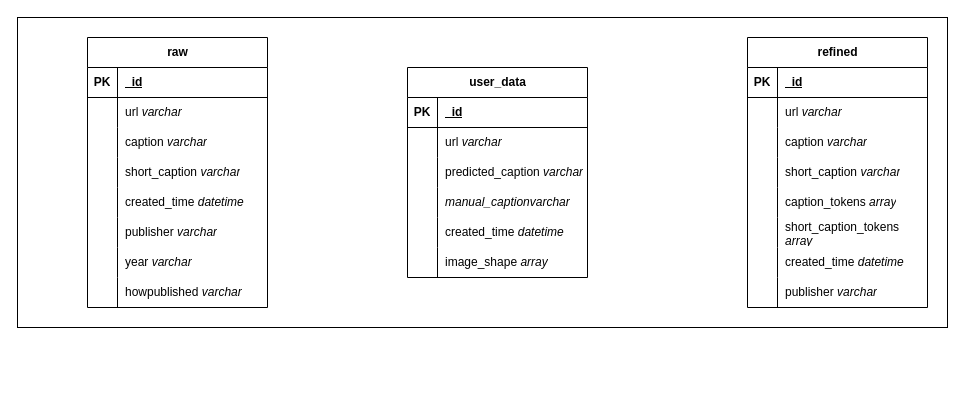
Above: page "ERD" (4 of 5) of diagram/architectures.drawio in Narius2030/Lakehouse-Solution-IMCP (draw.io), before the change. Source tidied: cells renumbered, new cells numbered last; positions are measured from the earlier drawing's top-left corner, leaving out a move shared by most shapes. Both pictures are drawn from the tidied source at 100%, with x=0, y=0 at pixel (17, 17).
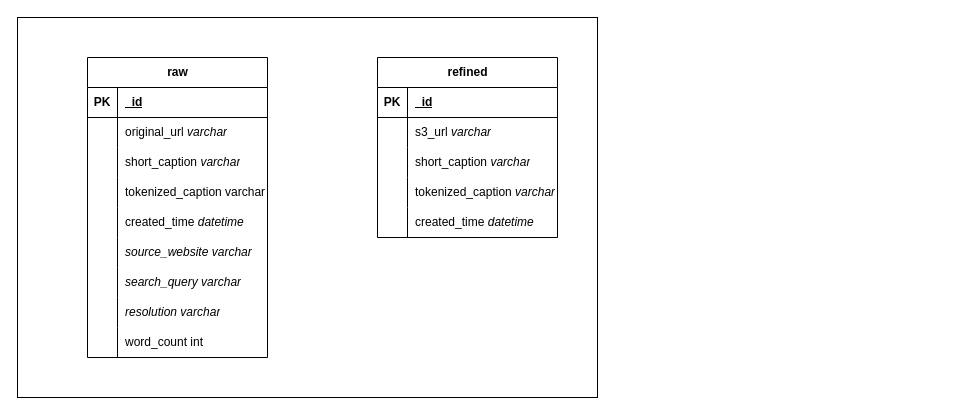
Above is the later version.

The change refers to these unchanged cells:
```xml
<mxCell id="7" style="shape=tableRow;horizontal=0;startSize=0;swimlaneHead=0;swimlaneBody=0;fillColor=none;top=0;left=0;right=0;bottom=0;" parent="3" vertex="1">
  <mxGeometry y="60" width="180" height="30" as="geometry" />
</mxCell>
<mxCell id="10" style="shape=tableRow;horizontal=0;startSize=0;swimlaneHead=0;swimlaneBody=0;fillColor=none;top=0;left=0;right=0;bottom=0;" parent="3" vertex="1">
  <mxGeometry y="90" width="180" height="30" as="geometry" />
</mxCell>
<mxCell id="13" style="shape=tableRow;horizontal=0;startSize=0;swimlaneHead=0;swimlaneBody=0;fillColor=none;top=0;left=0;right=0;bottom=0;" parent="3" vertex="1">
  <mxGeometry y="120" width="180" height="30" as="geometry" />
</mxCell>
<mxCell id="19" style="shape=tableRow;horizontal=0;startSize=0;swimlaneHead=0;swimlaneBody=0;fillColor=none;top=0;left=0;right=0;bottom=0;" parent="3" vertex="1">
  <mxGeometry y="180" width="180" height="30" as="geometry" />
</mxCell>
<mxCell id="22" style="shape=tableRow;horizontal=0;startSize=0;swimlaneHead=0;swimlaneBody=0;fillColor=none;top=0;left=0;right=0;bottom=0;" parent="3" vertex="1">
  <mxGeometry y="210" width="180" height="30" as="geometry" />
</mxCell>
<mxCell id="25" style="shape=tableRow;horizontal=0;startSize=0;swimlaneHead=0;swimlaneBody=0;fillColor=none;top=0;left=0;right=0;bottom=0;" parent="3" vertex="1">
  <mxGeometry y="240" width="180" height="30" as="geometry" />
</mxCell>
<mxCell id="32" style="shape=tableRow;horizontal=0;startSize=0;swimlaneHead=0;swimlaneBody=0;fillColor=none;top=0;left=0;right=0;bottom=0;" parent="28" vertex="1">
  <mxGeometry y="60" width="180" height="30" as="geometry" />
</mxCell>
<mxCell id="35" style="shape=tableRow;horizontal=0;startSize=0;swimlaneHead=0;swimlaneBody=0;fillColor=none;top=0;left=0;right=0;bottom=0;" parent="28" vertex="1">
  <mxGeometry y="90" width="180" height="30" as="geometry" />
</mxCell>
<mxCell id="38" style="shape=tableRow;horizontal=0;startSize=0;swimlaneHead=0;swimlaneBody=0;fillColor=none;top=0;left=0;right=0;bottom=0;" parent="28" vertex="1">
  <mxGeometry y="120" width="180" height="30" as="geometry" />
</mxCell>
```

What changed in the source:
```diff
@@
     <mxCell id="2" style="rounded=0;whiteSpace=wrap;html=1;" parent="1" vertex="1">
-      <mxGeometry width="930" height="310" as="geometry" />
+      <mxGeometry width="580" height="380" as="geometry" />
     </mxCell>
     <mxCell id="3" value="raw" style="shape=table;startSize=30;childLayout=tableLayout;rowLines=0;fontStyle=1;align=center;html=1;" parent="1" vertex="1">
-      <mxGeometry x="70" y="20" width="180" height="270" as="geometry" />
+      <mxGeometry x="70" y="40" width="180" height="300" as="geometry" />
     </mxCell>
@@
-    <mxCell id="9" value="url &lt;i&gt;varchar&lt;/i&gt;" style="shape=partialRectangle;fillColor=none;top=0;left=0;bottom=0;right=0;align=left;spacingLeft=6;overflow=hidden;whiteSpace=wrap;html=1;" parent="7" vertex="1">
+    <mxCell id="9" value="original_url &lt;i&gt;varchar&lt;/i&gt;" style="shape=partialRectangle;fillColor=none;top=0;left=0;bottom=0;right=0;align=left;spacingLeft=6;overflow=hidden;whiteSpace=wrap;html=1;" parent="7" vertex="1">
       <mxGeometry x="30" width="150" height="30" as="geometry" />
     </mxCell>
@@
-    <mxCell id="12" value="caption &lt;i&gt;varchar&lt;/i&gt;" style="shape=partialRectangle;fillColor=none;top=0;left=0;bottom=0;right=0;align=left;spacingLeft=6;overflow=hidden;whiteSpace=wrap;html=1;" parent="10" vertex="1">
+    <mxCell id="12" value="short_caption &lt;i&gt;varchar&lt;/i&gt;" style="shape=partialRectangle;fillColor=none;top=0;left=0;bottom=0;right=0;align=left;spacingLeft=6;overflow=hidden;whiteSpace=wrap;html=1;" parent="10" vertex="1">
       <mxGeometry x="30" width="150" height="30" as="geometry" />
     </mxCell>
@@
-    <mxCell id="15" value="short_caption &lt;i&gt;varchar&lt;/i&gt;" style="shape=partialRectangle;fillColor=none;top=0;left=0;bottom=0;right=0;align=left;spacingLeft=6;overflow=hidden;whiteSpace=wrap;html=1;" parent="13" vertex="1">
+    <mxCell id="15" value="tokenized_caption varchar" style="shape=partialRectangle;fillColor=none;top=0;left=0;bottom=0;right=0;align=left;spacingLeft=6;overflow=hidden;whiteSpace=wrap;html=1;" parent="13" vertex="1">
       <mxGeometry x="30" width="150" height="30" as="geometry" />
     </mxCell>
@@
-    <mxCell id="21" value="publisher &lt;i&gt;varchar&lt;/i&gt;" style="shape=partialRectangle;fillColor=none;top=0;left=0;bottom=0;right=0;align=left;spacingLeft=6;overflow=hidden;whiteSpace=wrap;html=1;" parent="19" vertex="1">
+    <mxCell id="21" value="&lt;i&gt;source_website varchar&lt;/i&gt;" style="shape=partialRectangle;fillColor=none;top=0;left=0;bottom=0;right=0;align=left;spacingLeft=6;overflow=hidden;whiteSpace=wrap;html=1;" parent="19" vertex="1">
       <mxGeometry x="30" width="150" height="30" as="geometry" />
     </mxCell>
@@
-    <mxCell id="24" value="year &lt;i&gt;varchar&lt;/i&gt;" style="shape=partialRectangle;fillColor=none;top=0;left=0;bottom=0;right=0;align=left;spacingLeft=6;overflow=hidden;whiteSpace=wrap;html=1;" parent="22" vertex="1">
+    <mxCell id="24" value="&lt;i&gt;search_query varchar&lt;/i&gt;" style="shape=partialRectangle;fillColor=none;top=0;left=0;bottom=0;right=0;align=left;spacingLeft=6;overflow=hidden;whiteSpace=wrap;html=1;" parent="22" vertex="1">
       <mxGeometry x="30" width="150" height="30" as="geometry" />
     </mxCell>
@@
-    <mxCell id="27" value="howpublished &lt;i&gt;varchar&lt;/i&gt;" style="shape=partialRectangle;fillColor=none;top=0;left=0;bottom=0;right=0;align=left;spacingLeft=6;overflow=hidden;whiteSpace=wrap;html=1;" parent="25" vertex="1">
+    <mxCell id="27" value="&lt;i&gt;resolution varchar&lt;/i&gt;" style="shape=partialRectangle;fillColor=none;top=0;left=0;bottom=0;right=0;align=left;spacingLeft=6;overflow=hidden;whiteSpace=wrap;html=1;" parent="25" vertex="1">
       <mxGeometry x="30" width="150" height="30" as="geometry" />
     </mxCell>
+    <mxCell id="72" style="shape=tableRow;horizontal=0;startSize=0;swimlaneHead=0;swimlaneBody=0;fillColor=none;top=0;left=0;right=0;bottom=0;" parent="3" vertex="1">
+      <mxGeometry y="270" width="180" height="30" as="geometry" />
+    </mxCell>
+    <mxCell id="73" style="shape=partialRectangle;fillColor=none;top=0;left=0;bottom=0;right=0;overflow=hidden;whiteSpace=wrap;html=1;" parent="72" vertex="1">
+      <mxGeometry width="30" height="30" as="geometry" />
+    </mxCell>
+    <mxCell id="74" value="word_count int" style="shape=partialRectangle;fillColor=none;top=0;left=0;bottom=0;right=0;align=left;spacingLeft=6;overflow=hidden;whiteSpace=wrap;html=1;" parent="72" vertex="1">
+      <mxGeometry x="30" width="150" height="30" as="geometry" />
+    </mxCell>
     <mxCell id="28" value="refined" style="shape=table;startSize=30;childLayout=tableLayout;rowLines=0;fontStyle=1;align=center;html=1;" parent="1" vertex="1">
-      <mxGeometry x="730" y="20" width="180" height="270" as="geometry" />
+      <mxGeometry x="360" y="40" width="180" height="180" as="geometry" />
     </mxCell>
@@
-    <mxCell id="34" value="url &lt;i&gt;varchar&lt;/i&gt;" style="shape=partialRectangle;fillColor=none;top=0;left=0;bottom=0;right=0;align=left;spacingLeft=6;overflow=hidden;whiteSpace=wrap;html=1;" parent="32" vertex="1">
+    <mxCell id="34" value="s3_url &lt;i&gt;varchar&lt;/i&gt;" style="shape=partialRectangle;fillColor=none;top=0;left=0;bottom=0;right=0;align=left;spacingLeft=6;overflow=hidden;whiteSpace=wrap;html=1;" parent="32" vertex="1">
       <mxGeometry x="30" width="150" height="30" as="geometry" />
     </mxCell>
@@
-    <mxCell id="37" value="caption &lt;i&gt;varchar&lt;/i&gt;" style="shape=partialRectangle;fillColor=none;top=0;left=0;bottom=0;right=0;align=left;spacingLeft=6;overflow=hidden;whiteSpace=wrap;html=1;" parent="35" vertex="1">
+    <mxCell id="37" value="short_caption &lt;i&gt;varchar&lt;/i&gt;" style="shape=partialRectangle;fillColor=none;top=0;left=0;bottom=0;right=0;align=left;spacingLeft=6;overflow=hidden;whiteSpace=wrap;html=1;" parent="35" vertex="1">
       <mxGeometry x="30" width="150" height="30" as="geometry" />
     </mxCell>
@@
-    <mxCell id="40" value="short_caption &lt;i&gt;varchar&lt;/i&gt;" style="shape=partialRectangle;fillColor=none;top=0;left=0;bottom=0;right=0;align=left;spacingLeft=6;overflow=hidden;whiteSpace=wrap;html=1;" parent="38" vertex="1">
+    <mxCell id="40" value="tokenized_caption &lt;i&gt;varchar&lt;/i&gt;" style="shape=partialRectangle;fillColor=none;top=0;left=0;bottom=0;right=0;align=left;spacingLeft=6;overflow=hidden;whiteSpace=wrap;html=1;" parent="38" vertex="1">
       <mxGeometry x="30" width="150" height="30" as="geometry" />
     </mxCell>
-    <mxCell id="41" style="shape=tableRow;horizontal=0;startSize=0;swimlaneHead=0;swimlaneBody=0;fillColor=none;top=0;left=0;right=0;bottom=0;" parent="28" vertex="1">
-      <mxGeometry y="150" width="180" height="30" as="geometry" />
-    </mxCell>
-    <mxCell id="42" style="shape=partialRectangle;fillColor=none;top=0;left=0;bottom=0;right=0;overflow=hidden;whiteSpace=wrap;html=1;" parent="41" vertex="1">
-      <mxGeometry width="30" height="30" as="geometry" />
-    </mxCell>
-    <mxCell id="43" value="caption_tokens &lt;i&gt;array&lt;/i&gt;" style="shape=partialRectangle;fillColor=none;top=0;left=0;bottom=0;right=0;align=left;spacingLeft=6;overflow=hidden;whiteSpace=wrap;html=1;" parent="41" vertex="1">
-      <mxGeometry x="30" width="150" height="30" as="geometry" />
-    </mxCell>
-    <mxCell id="44" style="shape=tableRow;horizontal=0;startSize=0;swimlaneHead=0;swimlaneBody=0;fillColor=none;top=0;left=0;right=0;bottom=0;" parent="28" vertex="1">
-      <mxGeometry y="180" width="180" height="30" as="geometry" />
-    </mxCell>
-    <mxCell id="45" style="shape=partialRectangle;fillColor=none;top=0;left=0;bottom=0;right=0;overflow=hidden;whiteSpace=wrap;html=1;" parent="44" vertex="1">
-      <mxGeometry width="30" height="30" as="geometry" />
-    </mxCell>
-    <mxCell id="46" value="short_caption_tokens &lt;i&gt;array&lt;/i&gt;" style="shape=partialRectangle;fillColor=none;top=0;left=0;bottom=0;right=0;align=left;spacingLeft=6;overflow=hidden;whiteSpace=wrap;html=1;" parent="44" vertex="1">
-      <mxGeometry x="30" width="150" height="30" as="geometry" />
-    </mxCell>
     <mxCell id="47" style="shape=tableRow;horizontal=0;startSize=0;swimlaneHead=0;swimlaneBody=0;fillColor=none;top=0;left=0;right=0;bottom=0;" parent="28" vertex="1">
-      <mxGeometry y="210" width="180" height="30" as="geometry" />
+      <mxGeometry y="150" width="180" height="30" as="geometry" />
     </mxCell>
@@
-    <mxCell id="50" style="shape=tableRow;horizontal=0;startSize=0;swimlaneHead=0;swimlaneBody=0;fillColor=none;top=0;left=0;right=0;bottom=0;" parent="28" vertex="1">
-      <mxGeometry y="240" width="180" height="30" as="geometry" />
-    </mxCell>
-    <mxCell id="51" style="shape=partialRectangle;fillColor=none;top=0;left=0;bottom=0;right=0;overflow=hidden;whiteSpace=wrap;html=1;" parent="50" vertex="1">
-      <mxGeometry width="30" height="30" as="geometry" />
-    </mxCell>
-    <mxCell id="52" value="publisher&amp;nbsp;&lt;i&gt;varchar&lt;/i&gt;" style="shape=partialRectangle;fillColor=none;top=0;left=0;bottom=0;right=0;align=left;spacingLeft=6;overflow=hidden;whiteSpace=wrap;html=1;" parent="50" vertex="1">
-      <mxGeometry x="30" width="150" height="30" as="geometry" />
-    </mxCell>
-    <mxCell id="53" value="user_data" style="shape=table;startSize=30;childLayout=tableLayout;rowLines=0;fontStyle=1;align=center;html=1;" parent="1" vertex="1">
-      <mxGeometry x="390" y="50" width="180" height="210" as="geometry" />
-    </mxCell>
-    <mxCell id="54" style="shape=tableRow;horizontal=0;startSize=0;swimlaneHead=0;swimlaneBody=0;fillColor=none;top=0;left=0;right=0;bottom=1;" parent="53" vertex="1">
-      <mxGeometry y="30" width="180" height="30" as="geometry" />
-    </mxCell>
-    <mxCell id="55" value="PK" style="shape=partialRectangle;fillColor=none;top=0;left=0;bottom=0;right=0;fontStyle=1;overflow=hidden;whiteSpace=wrap;html=1;" parent="54" vertex="1">
-      <mxGeometry width="30" height="30" as="geometry" />
-    </mxCell>
-    <mxCell id="56" value="_id" style="shape=partialRectangle;fillColor=none;top=0;left=0;bottom=0;right=0;align=left;spacingLeft=6;fontStyle=5;overflow=hidden;whiteSpace=wrap;html=1;" parent="54" vertex="1">
-      <mxGeometry x="30" width="150" height="30" as="geometry" />
-    </mxCell>
-    <mxCell id="57" style="shape=tableRow;horizontal=0;startSize=0;swimlaneHead=0;swimlaneBody=0;fillColor=none;top=0;left=0;right=0;bottom=0;" parent="53" vertex="1">
-      <mxGeometry y="60" width="180" height="30" as="geometry" />
-    </mxCell>
-    <mxCell id="58" style="shape=partialRectangle;fillColor=none;top=0;left=0;bottom=0;right=0;overflow=hidden;whiteSpace=wrap;html=1;" parent="57" vertex="1">
-      <mxGeometry width="30" height="30" as="geometry" />
-    </mxCell>
-    <mxCell id="59" value="url &lt;i&gt;varchar&lt;/i&gt;" style="shape=partialRectangle;fillColor=none;top=0;left=0;bottom=0;right=0;align=left;spacingLeft=6;overflow=hidden;whiteSpace=wrap;html=1;" parent="57" vertex="1">
-      <mxGeometry x="30" width="150" height="30" as="geometry" />
-    </mxCell>
-    <mxCell id="60" style="shape=tableRow;horizontal=0;startSize=0;swimlaneHead=0;swimlaneBody=0;fillColor=none;top=0;left=0;right=0;bottom=0;" parent="53" vertex="1">
-      <mxGeometry y="90" width="180" height="30" as="geometry" />
-    </mxCell>
-    <mxCell id="61" style="shape=partialRectangle;fillColor=none;top=0;left=0;bottom=0;right=0;overflow=hidden;whiteSpace=wrap;html=1;" parent="60" vertex="1">
-      <mxGeometry width="30" height="30" as="geometry" />
-    </mxCell>
-    <mxCell id="62" value="predicted_caption &lt;i&gt;varchar&lt;/i&gt;" style="shape=partialRectangle;fillColor=none;top=0;left=0;bottom=0;right=0;align=left;spacingLeft=6;overflow=hidden;whiteSpace=wrap;html=1;" parent="60" vertex="1">
-      <mxGeometry x="30" width="150" height="30" as="geometry" />
-    </mxCell>
-    <mxCell id="63" style="shape=tableRow;horizontal=0;startSize=0;swimlaneHead=0;swimlaneBody=0;fillColor=none;top=0;left=0;right=0;bottom=0;" parent="53" vertex="1">
-      <mxGeometry y="120" width="180" height="30" as="geometry" />
-    </mxCell>
-    <mxCell id="64" style="shape=partialRectangle;fillColor=none;top=0;left=0;bottom=0;right=0;overflow=hidden;whiteSpace=wrap;html=1;" parent="63" vertex="1">
-      <mxGeometry width="30" height="30" as="geometry" />
-    </mxCell>
-    <mxCell id="65" value="&lt;i&gt;manual_captionvarchar&lt;/i&gt;" style="shape=partialRectangle;fillColor=none;top=0;left=0;bottom=0;right=0;align=left;spacingLeft=6;overflow=hidden;whiteSpace=wrap;html=1;" parent="63" vertex="1">
-      <mxGeometry x="30" width="150" height="30" as="geometry" />
-    </mxCell>
-    <mxCell id="66" style="shape=tableRow;horizontal=0;startSize=0;swimlaneHead=0;swimlaneBody=0;fillColor=none;top=0;left=0;right=0;bottom=0;" parent="53" vertex="1">
-      <mxGeometry y="150" width="180" height="30" as="geometry" />
-    </mxCell>
-    <mxCell id="67" style="shape=partialRectangle;fillColor=none;top=0;left=0;bottom=0;right=0;overflow=hidden;whiteSpace=wrap;html=1;" parent="66" vertex="1">
-      <mxGeometry width="30" height="30" as="geometry" />
-    </mxCell>
-    <mxCell id="68" value="created_time &lt;i&gt;datetime&lt;/i&gt;" style="shape=partialRectangle;fillColor=none;top=0;left=0;bottom=0;right=0;align=left;spacingLeft=6;overflow=hidden;whiteSpace=wrap;html=1;" parent="66" vertex="1">
-      <mxGeometry x="30" width="150" height="30" as="geometry" />
-    </mxCell>
-    <mxCell id="69" style="shape=tableRow;horizontal=0;startSize=0;swimlaneHead=0;swimlaneBody=0;fillColor=none;top=0;left=0;right=0;bottom=0;" parent="53" vertex="1">
-      <mxGeometry y="180" width="180" height="30" as="geometry" />
-    </mxCell>
-    <mxCell id="70" style="shape=partialRectangle;fillColor=none;top=0;left=0;bottom=0;right=0;overflow=hidden;whiteSpace=wrap;html=1;" parent="69" vertex="1">
-      <mxGeometry width="30" height="30" as="geometry" />
-    </mxCell>
-    <mxCell id="71" value="image_shape&lt;i&gt; array&lt;/i&gt;" style="shape=partialRectangle;fillColor=none;top=0;left=0;bottom=0;right=0;align=left;spacingLeft=6;overflow=hidden;whiteSpace=wrap;html=1;" parent="69" vertex="1">
-      <mxGeometry x="30" width="150" height="30" as="geometry" />
-    </mxCell>
```
